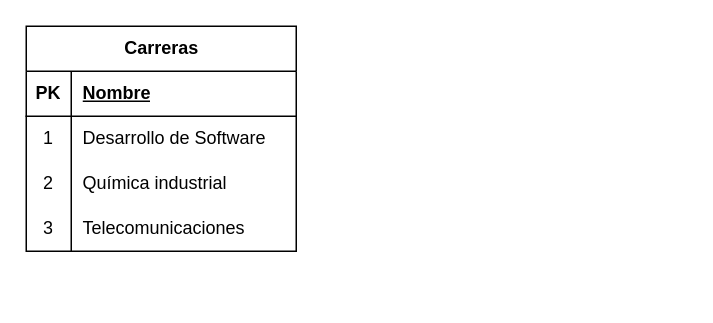
Before: Untitled Diagram.drawio in Jolsman01/BasededatosIFODA, a draw.io diagram. Source tidied: cells renumbered, new cells numbered last; positions are measured from the earlier drawing's top-left corner, leaving out a move shared by most shapes. Both pictures are drawn from the tidied source at 150%, with x=0, y=0 at pixel (26, 26).
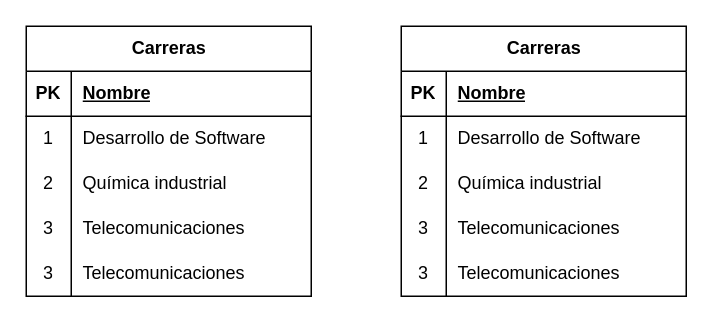
The same page after the edit.

What changed in the source:
```diff
@@
     <mxCell id="2" value="Carreras" style="shape=table;startSize=30;childLayout=tableLayout;rowLines=0;fontStyle=1;align=center;html=1;" parent="1" vertex="1">
-      <mxGeometry width="180" height="150" as="geometry" />
+      <mxGeometry width="190" height="180" as="geometry" />
     </mxCell>
     <mxCell id="3" style="shape=tableRow;horizontal=0;startSize=0;swimlaneHead=0;swimlaneBody=0;fillColor=none;top=0;left=0;right=0;bottom=1;" parent="2" vertex="1">
-      <mxGeometry y="30" width="180" height="30" as="geometry" />
+      <mxGeometry y="30" width="190" height="30" as="geometry" />
     </mxCell>
@@
     <mxCell id="5" value="Nombre" style="shape=partialRectangle;fillColor=none;top=0;left=0;bottom=0;right=0;align=left;spacingLeft=6;fontStyle=5;overflow=hidden;whiteSpace=wrap;html=1;" parent="3" vertex="1">
-      <mxGeometry x="30" width="150" height="30" as="geometry" />
+      <mxGeometry x="30" width="160" height="30" as="geometry" />
     </mxCell>
     <mxCell id="6" style="shape=tableRow;horizontal=0;startSize=0;swimlaneHead=0;swimlaneBody=0;fillColor=none;top=0;left=0;right=0;bottom=0;" parent="2" vertex="1">
-      <mxGeometry y="60" width="180" height="30" as="geometry" />
+      <mxGeometry y="60" width="190" height="30" as="geometry" />
     </mxCell>
@@
     <mxCell id="8" value="Desarrollo de Software" style="shape=partialRectangle;fillColor=none;top=0;left=0;bottom=0;right=0;align=left;spacingLeft=6;overflow=hidden;whiteSpace=wrap;html=1;" parent="6" vertex="1">
-      <mxGeometry x="30" width="150" height="30" as="geometry" />
+      <mxGeometry x="30" width="160" height="30" as="geometry" />
     </mxCell>
     <mxCell id="9" style="shape=tableRow;horizontal=0;startSize=0;swimlaneHead=0;swimlaneBody=0;fillColor=none;top=0;left=0;right=0;bottom=0;" parent="2" vertex="1">
-      <mxGeometry y="90" width="180" height="30" as="geometry" />
+      <mxGeometry y="90" width="190" height="30" as="geometry" />
     </mxCell>
@@
     <mxCell id="11" value="Química industrial" style="shape=partialRectangle;fillColor=none;top=0;left=0;bottom=0;right=0;align=left;spacingLeft=6;overflow=hidden;whiteSpace=wrap;html=1;" parent="9" vertex="1">
-      <mxGeometry x="30" width="150" height="30" as="geometry" />
+      <mxGeometry x="30" width="160" height="30" as="geometry" />
     </mxCell>
     <mxCell id="12" style="shape=tableRow;horizontal=0;startSize=0;swimlaneHead=0;swimlaneBody=0;fillColor=none;top=0;left=0;right=0;bottom=0;" parent="2" vertex="1">
-      <mxGeometry y="120" width="180" height="30" as="geometry" />
+      <mxGeometry y="120" width="190" height="30" as="geometry" />
     </mxCell>
@@
     <mxCell id="14" value="Telecomunicaciones" style="shape=partialRectangle;fillColor=none;top=0;left=0;bottom=0;right=0;align=left;spacingLeft=6;overflow=hidden;whiteSpace=wrap;html=1;" parent="12" vertex="1">
-      <mxGeometry x="30" width="150" height="30" as="geometry" />
+      <mxGeometry x="30" width="160" height="30" as="geometry" />
     </mxCell>
+    <mxCell id="15" style="shape=tableRow;horizontal=0;startSize=0;swimlaneHead=0;swimlaneBody=0;fillColor=none;top=0;left=0;right=0;bottom=0;" parent="2" vertex="1">
+      <mxGeometry y="150" width="190" height="30" as="geometry" />
+    </mxCell>
+    <mxCell id="16" value="3" style="shape=partialRectangle;fillColor=none;top=0;left=0;bottom=0;right=0;overflow=hidden;whiteSpace=wrap;html=1;" parent="15" vertex="1">
+      <mxGeometry width="30" height="30" as="geometry" />
+    </mxCell>
+    <mxCell id="17" value="Telecomunicaciones" style="shape=partialRectangle;fillColor=none;top=0;left=0;bottom=0;right=0;align=left;spacingLeft=6;overflow=hidden;whiteSpace=wrap;html=1;" parent="15" vertex="1">
+      <mxGeometry x="30" width="160" height="30" as="geometry" />
+    </mxCell>
+    <mxCell id="18" value="Carreras" style="shape=table;startSize=30;childLayout=tableLayout;rowLines=0;fontStyle=1;align=center;html=1;" parent="1" vertex="1">
+      <mxGeometry x="250" width="190" height="180" as="geometry" />
+    </mxCell>
+    <mxCell id="19" style="shape=tableRow;horizontal=0;startSize=0;swimlaneHead=0;swimlaneBody=0;fillColor=none;top=0;left=0;right=0;bottom=1;" parent="18" vertex="1">
+      <mxGeometry y="30" width="190" height="30" as="geometry" />
+    </mxCell>
+    <mxCell id="20" value="PK" style="shape=partialRectangle;fillColor=none;top=0;left=0;bottom=0;right=0;fontStyle=1;overflow=hidden;whiteSpace=wrap;html=1;" parent="19" vertex="1">
+      <mxGeometry width="30" height="30" as="geometry" />
+    </mxCell>
+    <mxCell id="21" value="Nombre" style="shape=partialRectangle;fillColor=none;top=0;left=0;bottom=0;right=0;align=left;spacingLeft=6;fontStyle=5;overflow=hidden;whiteSpace=wrap;html=1;" parent="19" vertex="1">
+      <mxGeometry x="30" width="160" height="30" as="geometry" />
+    </mxCell>
+    <mxCell id="22" style="shape=tableRow;horizontal=0;startSize=0;swimlaneHead=0;swimlaneBody=0;fillColor=none;top=0;left=0;right=0;bottom=0;" parent="18" vertex="1">
+      <mxGeometry y="60" width="190" height="30" as="geometry" />
+    </mxCell>
+    <mxCell id="23" value="1" style="shape=partialRectangle;fillColor=none;top=0;left=0;bottom=0;right=0;overflow=hidden;whiteSpace=wrap;html=1;" parent="22" vertex="1">
+      <mxGeometry width="30" height="30" as="geometry" />
+    </mxCell>
+    <mxCell id="24" value="Desarrollo de Software" style="shape=partialRectangle;fillColor=none;top=0;left=0;bottom=0;right=0;align=left;spacingLeft=6;overflow=hidden;whiteSpace=wrap;html=1;" parent="22" vertex="1">
+      <mxGeometry x="30" width="160" height="30" as="geometry" />
+    </mxCell>
+    <mxCell id="25" style="shape=tableRow;horizontal=0;startSize=0;swimlaneHead=0;swimlaneBody=0;fillColor=none;top=0;left=0;right=0;bottom=0;" parent="18" vertex="1">
+      <mxGeometry y="90" width="190" height="30" as="geometry" />
+    </mxCell>
+    <mxCell id="26" value="2" style="shape=partialRectangle;fillColor=none;top=0;left=0;bottom=0;right=0;overflow=hidden;whiteSpace=wrap;html=1;" parent="25" vertex="1">
+      <mxGeometry width="30" height="30" as="geometry" />
+    </mxCell>
+    <mxCell id="27" value="Química industrial" style="shape=partialRectangle;fillColor=none;top=0;left=0;bottom=0;right=0;align=left;spacingLeft=6;overflow=hidden;whiteSpace=wrap;html=1;" parent="25" vertex="1">
+      <mxGeometry x="30" width="160" height="30" as="geometry" />
+    </mxCell>
+    <mxCell id="28" style="shape=tableRow;horizontal=0;startSize=0;swimlaneHead=0;swimlaneBody=0;fillColor=none;top=0;left=0;right=0;bottom=0;" parent="18" vertex="1">
+      <mxGeometry y="120" width="190" height="30" as="geometry" />
+    </mxCell>
+    <mxCell id="29" value="3" style="shape=partialRectangle;fillColor=none;top=0;left=0;bottom=0;right=0;overflow=hidden;whiteSpace=wrap;html=1;" parent="28" vertex="1">
+      <mxGeometry width="30" height="30" as="geometry" />
+    </mxCell>
+    <mxCell id="30" value="Telecomunicaciones" style="shape=partialRectangle;fillColor=none;top=0;left=0;bottom=0;right=0;align=left;spacingLeft=6;overflow=hidden;whiteSpace=wrap;html=1;" parent="28" vertex="1">
+      <mxGeometry x="30" width="160" height="30" as="geometry" />
+    </mxCell>
+    <mxCell id="31" style="shape=tableRow;horizontal=0;startSize=0;swimlaneHead=0;swimlaneBody=0;fillColor=none;top=0;left=0;right=0;bottom=0;" parent="18" vertex="1">
+      <mxGeometry y="150" width="190" height="30" as="geometry" />
+    </mxCell>
+    <mxCell id="32" value="3" style="shape=partialRectangle;fillColor=none;top=0;left=0;bottom=0;right=0;overflow=hidden;whiteSpace=wrap;html=1;" parent="31" vertex="1">
+      <mxGeometry width="30" height="30" as="geometry" />
+    </mxCell>
+    <mxCell id="33" value="Telecomunicaciones" style="shape=partialRectangle;fillColor=none;top=0;left=0;bottom=0;right=0;align=left;spacingLeft=6;overflow=hidden;whiteSpace=wrap;html=1;" parent="31" vertex="1">
+      <mxGeometry x="30" width="160" height="30" as="geometry" />
+    </mxCell>
```
